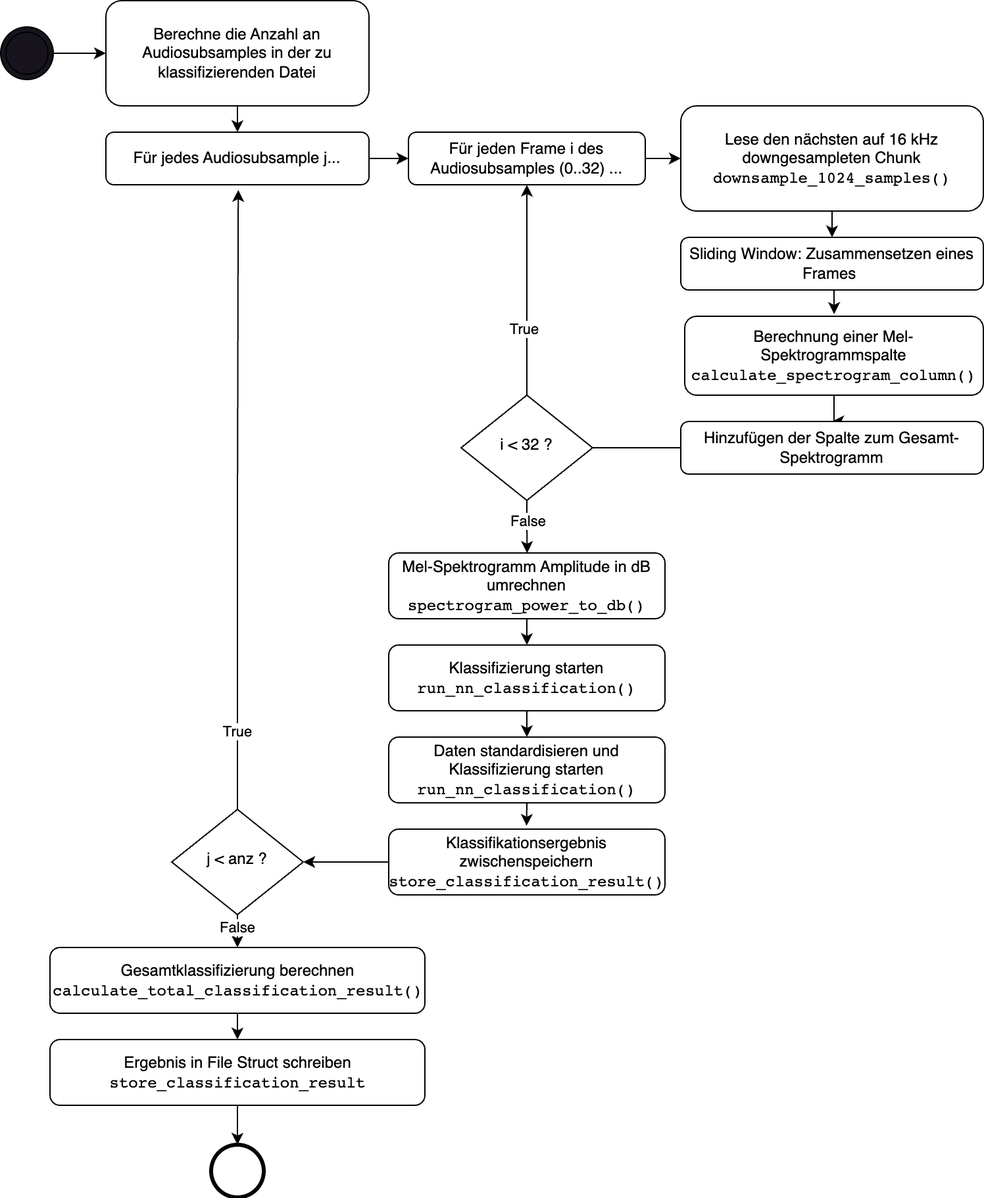
Before: doc/tex/images/08_durchfuehrung/nn/ablauf_klassifizierung_c.png, a diagram exported from draw.io (Shimizip/Intelligent-Magic-Audio). Source tidied: cells renumbered, new cells last; positions are measured from the earlier drawing's top-left corner, leaving out a move shared by most shapes. The source it was exported from:
```xml
<mxGraphModel>
  <root>
    <mxCell id="0" />
    <mxCell id="1" parent="0" />
    <mxCell id="2" style="edgeStyle=orthogonalEdgeStyle;rounded=0;jettySize=auto;html=1;exitX=1;exitY=0.5;exitDx=0;exitDy=0;entryX=0;entryY=0.5;entryDx=0;entryDy=0;" parent="1" edge="1" source="3" target="8">
      <mxGeometry relative="1" as="geometry" />
    </mxCell>
    <mxCell id="3" style="ellipse;shape=doubleEllipse;html=1;dashed=0;whiteSpace=wrap;fillColor=#18141D;" parent="1" vertex="1">
      <mxGeometry y="20" width="40" height="40" as="geometry" />
    </mxCell>
    <mxCell id="4" style="edgeStyle=orthogonalEdgeStyle;rounded=0;jettySize=auto;html=1;exitX=0.5;exitY=1;exitDx=0;exitDy=0;entryX=0.5;entryY=0;entryDx=0;entryDy=0;" parent="1" edge="1" source="5" target="6">
      <mxGeometry relative="1" as="geometry" />
    </mxCell>
    <mxCell id="5" value="Lese den nächsten auf 16 kHz downgesampleten Chunk&lt;br&gt;&lt;code style=&quot;caret-color: rgb(0, 0, 0); text-align: start;&quot;&gt;downsample_1024_samples()&lt;/code&gt;" style="rounded=1;whiteSpace=wrap;html=1;fontSize=12;glass=0;strokeWidth=1;shadow=0;" parent="1" vertex="1">
      <mxGeometry x="517" y="80" width="230" height="80" as="geometry" />
    </mxCell>
    <mxCell id="6" value="Sliding Window: Zusammensetzen eines Frames&amp;nbsp;" style="rounded=1;whiteSpace=wrap;html=1;fontSize=12;glass=0;strokeWidth=1;shadow=0;" parent="1" vertex="1">
      <mxGeometry x="517" y="180" width="230" height="40" as="geometry" />
    </mxCell>
    <mxCell id="7" style="edgeStyle=orthogonalEdgeStyle;rounded=0;jettySize=auto;html=1;exitX=0.5;exitY=1;exitDx=0;exitDy=0;entryX=0.5;entryY=0;entryDx=0;entryDy=0;" parent="1" edge="1" source="8" target="10">
      <mxGeometry relative="1" as="geometry" />
    </mxCell>
    <mxCell id="8" value="Berechne die Anzahl an Audiosubsamples in der zu klassifizierenden Datei" style="rounded=1;whiteSpace=wrap;html=1;fontSize=12;glass=0;strokeWidth=1;shadow=0;" parent="1" vertex="1">
      <mxGeometry x="80" width="200" height="80" as="geometry" />
    </mxCell>
    <mxCell id="9" style="edgeStyle=orthogonalEdgeStyle;rounded=0;jettySize=auto;html=1;exitX=1;exitY=0.5;exitDx=0;exitDy=0;entryX=0;entryY=0.5;entryDx=0;entryDy=0;" parent="1" edge="1" source="10" target="14">
      <mxGeometry relative="1" as="geometry" />
    </mxCell>
    <mxCell id="10" value="Für jedes Audiosubsample j..." style="rounded=1;whiteSpace=wrap;html=1;fontSize=12;glass=0;strokeWidth=1;shadow=0;" parent="1" vertex="1">
      <mxGeometry x="80" y="100" width="200" height="40" as="geometry" />
    </mxCell>
    <mxCell id="11" style="edgeStyle=orthogonalEdgeStyle;rounded=0;jettySize=auto;html=1;exitX=0.5;exitY=1;exitDx=0;exitDy=0;" parent="1" edge="1" source="12" target="15">
      <mxGeometry relative="1" as="geometry" />
    </mxCell>
    <mxCell id="12" value="Berechnung einer Mel-Spektrogrammspalte&lt;br&gt;&lt;code style=&quot;caret-color: rgb(0, 0, 0); text-align: start;&quot;&gt;calculate_spectrogram_column()&lt;/code&gt;" style="rounded=1;whiteSpace=wrap;html=1;fontSize=12;glass=0;strokeWidth=1;shadow=0;" parent="1" vertex="1">
      <mxGeometry x="520" y="240" width="227" height="60" as="geometry" />
    </mxCell>
    <mxCell id="13" style="edgeStyle=orthogonalEdgeStyle;rounded=0;jettySize=auto;html=1;exitX=1;exitY=0.5;exitDx=0;exitDy=0;entryX=0;entryY=0.5;entryDx=0;entryDy=0;" parent="1" edge="1" source="14" target="5">
      <mxGeometry relative="1" as="geometry" />
    </mxCell>
    <mxCell id="14" value="Für jeden Frame i des Audiosubsamples (0..32) ..." style="rounded=1;whiteSpace=wrap;html=1;fontSize=12;glass=0;strokeWidth=1;shadow=0;" parent="1" vertex="1">
      <mxGeometry x="310" y="100" width="180" height="40" as="geometry" />
    </mxCell>
    <mxCell id="15" value="Hinzufügen der Spalte zum Gesamt-Spektrogramm" style="rounded=1;whiteSpace=wrap;html=1;fontSize=12;glass=0;strokeWidth=1;shadow=0;" parent="1" vertex="1">
      <mxGeometry x="517" y="320" width="230" height="40" as="geometry" />
    </mxCell>
    <mxCell id="16" style="edgeStyle=orthogonalEdgeStyle;rounded=0;jettySize=auto;html=1;exitX=0.5;exitY=1;exitDx=0;exitDy=0;entryX=0.5;entryY=-0.028;entryDx=0;entryDy=0;entryPerimeter=0;" parent="1" edge="1" source="6" target="12">
      <mxGeometry relative="1" as="geometry" />
    </mxCell>
    <mxCell id="17" style="edgeStyle=orthogonalEdgeStyle;rounded=0;jettySize=auto;html=1;exitX=0;exitY=0.5;exitDx=0;exitDy=0;entryX=0.5;entryY=1;entryDx=0;entryDy=0;" parent="1" edge="1" source="15" target="14">
      <mxGeometry relative="1" as="geometry" />
    </mxCell>
    <mxCell id="18" value="True" style="edgeLabel;html=1;align=center;verticalAlign=middle;" parent="17" vertex="1">
      <mxGeometry x="0.31" y="2" relative="1" as="geometry" />
    </mxCell>
    <mxCell id="19" style="edgeStyle=orthogonalEdgeStyle;rounded=0;jettySize=auto;html=1;exitX=0.5;exitY=1;exitDx=0;exitDy=0;" parent="1" edge="1" source="21">
      <mxGeometry relative="1" as="geometry">
        <mxPoint x="400.2" y="420" as="targetPoint" />
      </mxGeometry>
    </mxCell>
    <mxCell id="20" value="False" style="edgeLabel;html=1;align=center;verticalAlign=middle;" parent="19" vertex="1">
      <mxGeometry x="-0.21" y="1" relative="1" as="geometry" />
    </mxCell>
    <mxCell id="21" value="i &amp;lt; 32 ?" style="rhombus;whiteSpace=wrap;html=1;shadow=0;fontFamily=Helvetica;fontSize=12;align=center;strokeWidth=1;spacing=6;spacingTop=-4;" parent="1" vertex="1">
      <mxGeometry x="350" y="300" width="100" height="80" as="geometry" />
    </mxCell>
    <mxCell id="22" style="edgeStyle=orthogonalEdgeStyle;rounded=0;jettySize=auto;html=1;exitX=0.5;exitY=1;exitDx=0;exitDy=0;entryX=0.5;entryY=0;entryDx=0;entryDy=0;" parent="1" edge="1" source="23" target="25">
      <mxGeometry relative="1" as="geometry" />
    </mxCell>
    <mxCell id="23" value="Mel-Spektrogramm Amplitude in dB umrechnen&lt;br&gt;&lt;code style=&quot;caret-color: rgb(0, 0, 0); text-align: start;&quot;&gt;spectrogram_power_to_db()&lt;/code&gt;" style="rounded=1;whiteSpace=wrap;html=1;fontSize=12;glass=0;strokeWidth=1;shadow=0;" parent="1" vertex="1">
      <mxGeometry x="295" y="420" width="210" height="50" as="geometry" />
    </mxCell>
    <mxCell id="24" style="edgeStyle=orthogonalEdgeStyle;rounded=0;jettySize=auto;html=1;exitX=0.5;exitY=1;exitDx=0;exitDy=0;entryX=0.5;entryY=0;entryDx=0;entryDy=0;" parent="1" edge="1" source="25" target="26">
      <mxGeometry relative="1" as="geometry" />
    </mxCell>
    <mxCell id="25" value="Klassifizierung starten&lt;br&gt;&lt;code style=&quot;caret-color: rgb(0, 0, 0); text-align: start;&quot;&gt;run_nn_classification()&lt;/code&gt;" style="rounded=1;whiteSpace=wrap;html=1;fontSize=12;glass=0;strokeWidth=1;shadow=0;" parent="1" vertex="1">
      <mxGeometry x="295" y="490" width="210" height="50" as="geometry" />
    </mxCell>
    <mxCell id="26" value="Daten standardisieren und Klassifizierung starten&lt;br&gt;&lt;code style=&quot;caret-color: rgb(0, 0, 0); text-align: start;&quot;&gt;run_nn_classification()&lt;/code&gt;" style="rounded=1;whiteSpace=wrap;html=1;fontSize=12;glass=0;strokeWidth=1;shadow=0;" parent="1" vertex="1">
      <mxGeometry x="295" y="560" width="210" height="50" as="geometry" />
    </mxCell>
    <mxCell id="27" style="edgeStyle=orthogonalEdgeStyle;rounded=0;jettySize=auto;html=1;exitX=0;exitY=0.5;exitDx=0;exitDy=0;entryX=1;entryY=0.5;entryDx=0;entryDy=0;" parent="1" edge="1" source="28" target="32">
      <mxGeometry relative="1" as="geometry" />
    </mxCell>
    <mxCell id="28" value="Klassifikationsergebnis zwischenspeichern&lt;br&gt;&lt;code style=&quot;caret-color: rgb(0, 0, 0); text-align: start;&quot;&gt;store_classification_result()&lt;/code&gt;" style="rounded=1;whiteSpace=wrap;html=1;fontSize=12;glass=0;strokeWidth=1;shadow=0;" parent="1" vertex="1">
      <mxGeometry x="295" y="630" width="210" height="50" as="geometry" />
    </mxCell>
    <mxCell id="29" style="edgeStyle=orthogonalEdgeStyle;rounded=0;jettySize=auto;html=1;exitX=0.5;exitY=1;exitDx=0;exitDy=0;entryX=0.499;entryY=-0.049;entryDx=0;entryDy=0;entryPerimeter=0;" parent="1" edge="1" source="26" target="28">
      <mxGeometry relative="1" as="geometry" />
    </mxCell>
    <mxCell id="30" style="edgeStyle=orthogonalEdgeStyle;rounded=0;jettySize=auto;html=1;exitX=0.5;exitY=1;exitDx=0;exitDy=0;entryX=0.5;entryY=0;entryDx=0;entryDy=0;" parent="1" edge="1" source="32" target="36">
      <mxGeometry relative="1" as="geometry" />
    </mxCell>
    <mxCell id="31" value="False" style="edgeLabel;html=1;align=center;verticalAlign=middle;" parent="30" vertex="1">
      <mxGeometry x="-0.23" relative="1" as="geometry" />
    </mxCell>
    <mxCell id="32" value="j &amp;lt; anz ?" style="rhombus;whiteSpace=wrap;html=1;shadow=0;fontFamily=Helvetica;fontSize=12;align=center;strokeWidth=1;spacing=6;spacingTop=-4;" parent="1" vertex="1">
      <mxGeometry x="130" y="615" width="100" height="80" as="geometry" />
    </mxCell>
    <mxCell id="33" style="edgeStyle=orthogonalEdgeStyle;rounded=0;jettySize=auto;html=1;exitX=0.5;exitY=0;exitDx=0;exitDy=0;entryX=0.503;entryY=1.1;entryDx=0;entryDy=0;entryPerimeter=0;" parent="1" edge="1" source="32" target="10">
      <mxGeometry relative="1" as="geometry" />
    </mxCell>
    <mxCell id="34" value="True" style="edgeLabel;html=1;align=center;verticalAlign=middle;" parent="33" vertex="1">
      <mxGeometry x="-0.75" relative="1" as="geometry" />
    </mxCell>
    <mxCell id="35" style="edgeStyle=orthogonalEdgeStyle;rounded=0;jettySize=auto;html=1;exitX=0.5;exitY=1;exitDx=0;exitDy=0;entryX=0.5;entryY=0;entryDx=0;entryDy=0;" parent="1" edge="1" source="36" target="37">
      <mxGeometry relative="1" as="geometry" />
    </mxCell>
    <mxCell id="36" value="Gesamtklassifizierung berechnen&lt;br&gt;&lt;code style=&quot;caret-color: rgb(0, 0, 0); text-align: start;&quot;&gt;calculate_total_classification_result()&lt;/code&gt;" style="rounded=1;whiteSpace=wrap;html=1;fontSize=12;glass=0;strokeWidth=1;shadow=0;" parent="1" vertex="1">
      <mxGeometry x="37.5" y="720" width="285" height="50" as="geometry" />
    </mxCell>
    <mxCell id="37" value="Ergebnis in File Struct schreiben&lt;br&gt;&lt;code style=&quot;caret-color: rgb(0, 0, 0); text-align: start;&quot;&gt;store_classification_result&lt;/code&gt;" style="rounded=1;whiteSpace=wrap;html=1;fontSize=12;glass=0;strokeWidth=1;shadow=0;" parent="1" vertex="1">
      <mxGeometry x="37.5" y="790" width="285" height="50" as="geometry" />
    </mxCell>
    <mxCell id="38" style="points=[[0.145,0.145,0],[0.5,0,0],[0.855,0.145,0],[1,0.5,0],[0.855,0.855,0],[0.5,1,0],[0.145,0.855,0],[0,0.5,0]];shape=mxgraph.bpmn.event;html=1;verticalLabelPosition=bottom;labelBackgroundColor=#ffffff;verticalAlign=top;align=center;perimeter=ellipsePerimeter;outlineConnect=0;outline=end;symbol=terminate2;" parent="1" vertex="1">
      <mxGeometry x="160" y="870" width="40" height="40" as="geometry" />
    </mxCell>
    <mxCell id="39" style="edgeStyle=orthogonalEdgeStyle;rounded=0;jettySize=auto;html=1;exitX=0.5;exitY=1;exitDx=0;exitDy=0;entryX=0.5;entryY=0;entryDx=0;entryDy=0;entryPerimeter=0;" parent="1" edge="1" source="37" target="38">
      <mxGeometry relative="1" as="geometry" />
    </mxCell>
  </root>
</mxGraphModel>
```
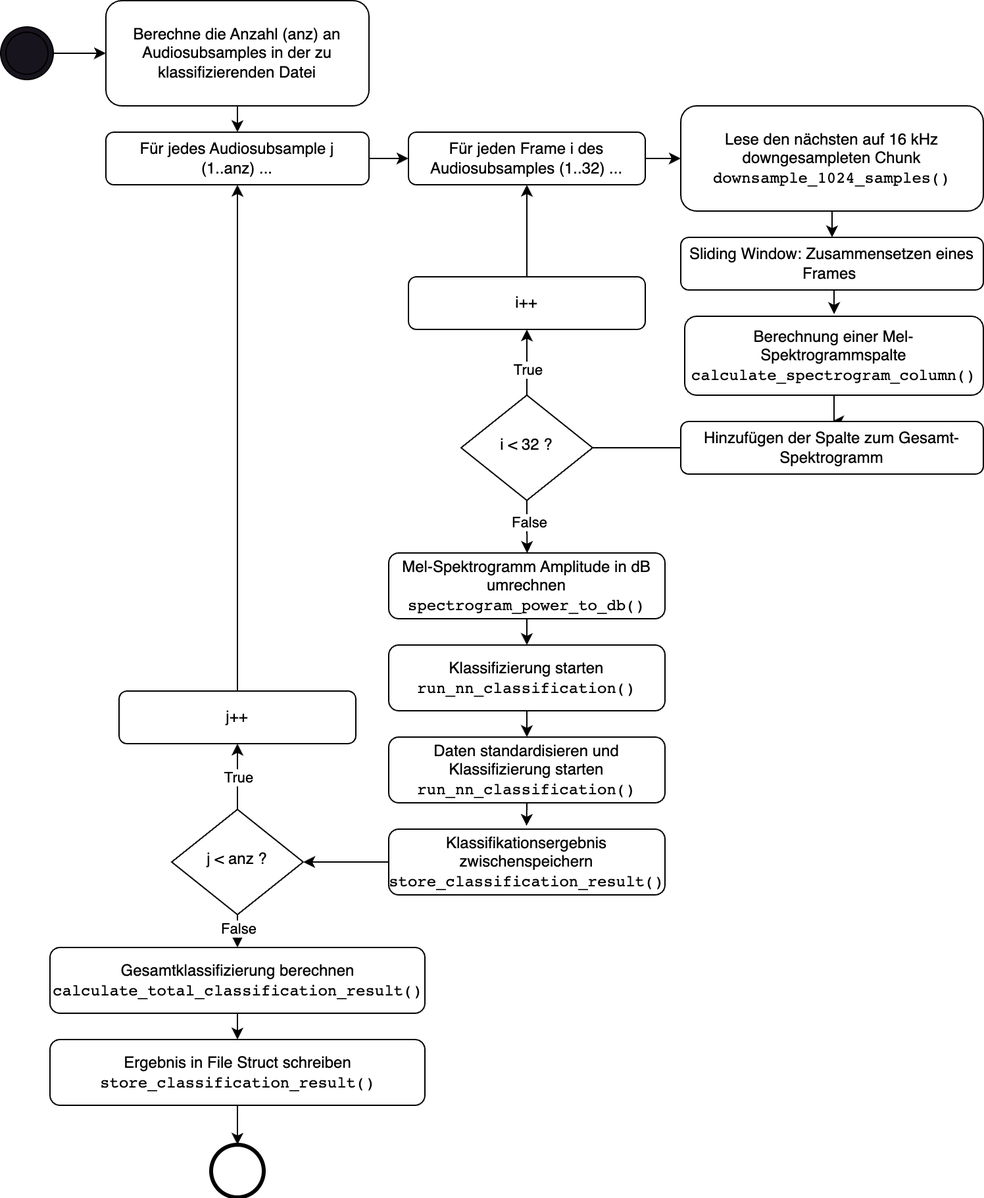
After the change.

Commit message:
added sequence diagram image

What changed in the source:
```diff
@@ -20,13 +20,13 @@
     <mxCell id="7" style="edgeStyle=orthogonalEdgeStyle;rounded=0;jettySize=auto;html=1;exitX=0.5;exitY=1;exitDx=0;exitDy=0;entryX=0.5;entryY=0;entryDx=0;entryDy=0;" parent="1" edge="1" source="8" target="10">
       <mxGeometry relative="1" as="geometry" />
     </mxCell>
-    <mxCell id="8" value="Berechne die Anzahl an Audiosubsamples in der zu klassifizierenden Datei" style="rounded=1;whiteSpace=wrap;html=1;fontSize=12;glass=0;strokeWidth=1;shadow=0;" parent="1" vertex="1">
+    <mxCell id="8" value="Berechne die Anzahl (anz) an Audiosubsamples in der zu klassifizierenden Datei" style="rounded=1;whiteSpace=wrap;html=1;fontSize=12;glass=0;strokeWidth=1;shadow=0;" parent="1" vertex="1">
       <mxGeometry x="80" width="200" height="80" as="geometry" />
     </mxCell>
     <mxCell id="9" style="edgeStyle=orthogonalEdgeStyle;rounded=0;jettySize=auto;html=1;exitX=1;exitY=0.5;exitDx=0;exitDy=0;entryX=0;entryY=0.5;entryDx=0;entryDy=0;" parent="1" edge="1" source="10" target="14">
       <mxGeometry relative="1" as="geometry" />
     </mxCell>
-    <mxCell id="10" value="Für jedes Audiosubsample j..." style="rounded=1;whiteSpace=wrap;html=1;fontSize=12;glass=0;strokeWidth=1;shadow=0;" parent="1" vertex="1">
+    <mxCell id="10" value="Für jedes Audiosubsample j&lt;br&gt;(1..anz) ..." style="rounded=1;whiteSpace=wrap;html=1;fontSize=12;glass=0;strokeWidth=1;shadow=0;" parent="1" vertex="1">
       <mxGeometry x="80" y="100" width="200" height="40" as="geometry" />
     </mxCell>
     <mxCell id="11" style="edgeStyle=orthogonalEdgeStyle;rounded=0;jettySize=auto;html=1;exitX=0.5;exitY=1;exitDx=0;exitDy=0;" parent="1" edge="1" source="12" target="15">
@@ -38,7 +38,7 @@
     <mxCell id="13" style="edgeStyle=orthogonalEdgeStyle;rounded=0;jettySize=auto;html=1;exitX=1;exitY=0.5;exitDx=0;exitDy=0;entryX=0;entryY=0.5;entryDx=0;entryDy=0;" parent="1" edge="1" source="14" target="5">
       <mxGeometry relative="1" as="geometry" />
     </mxCell>
-    <mxCell id="14" value="Für jeden Frame i des Audiosubsamples (0..32) ..." style="rounded=1;whiteSpace=wrap;html=1;fontSize=12;glass=0;strokeWidth=1;shadow=0;" parent="1" vertex="1">
+    <mxCell id="14" value="Für jeden Frame i des Audiosubsamples (1..32) ..." style="rounded=1;whiteSpace=wrap;html=1;fontSize=12;glass=0;strokeWidth=1;shadow=0;" parent="1" vertex="1">
       <mxGeometry x="310" y="100" width="180" height="40" as="geometry" />
     </mxCell>
     <mxCell id="15" value="Hinzufügen der Spalte zum Gesamt-Spektrogramm" style="rounded=1;whiteSpace=wrap;html=1;fontSize=12;glass=0;strokeWidth=1;shadow=0;" parent="1" vertex="1">
@@ -47,11 +47,13 @@
     <mxCell id="16" style="edgeStyle=orthogonalEdgeStyle;rounded=0;jettySize=auto;html=1;exitX=0.5;exitY=1;exitDx=0;exitDy=0;entryX=0.5;entryY=-0.028;entryDx=0;entryDy=0;entryPerimeter=0;" parent="1" edge="1" source="6" target="12">
       <mxGeometry relative="1" as="geometry" />
     </mxCell>
-    <mxCell id="17" style="edgeStyle=orthogonalEdgeStyle;rounded=0;jettySize=auto;html=1;exitX=0;exitY=0.5;exitDx=0;exitDy=0;entryX=0.5;entryY=1;entryDx=0;entryDy=0;" parent="1" edge="1" source="15" target="14">
+    <mxCell id="17" style="edgeStyle=orthogonalEdgeStyle;rounded=0;jettySize=auto;html=1;exitX=0;exitY=0.5;exitDx=0;exitDy=0;entryX=0.5;entryY=1;entryDx=0;entryDy=0;" parent="1" edge="1" source="15" target="41">
       <mxGeometry relative="1" as="geometry" />
     </mxCell>
     <mxCell id="18" value="True" style="edgeLabel;html=1;align=center;verticalAlign=middle;" parent="17" vertex="1">
-      <mxGeometry x="0.31" y="2" relative="1" as="geometry" />
+      <mxGeometry x="0.31" y="2" relative="1" as="geometry">
+        <mxPoint x="2" y="-41" as="offset" />
+      </mxGeometry>
     </mxCell>
     <mxCell id="19" style="edgeStyle=orthogonalEdgeStyle;rounded=0;jettySize=auto;html=1;exitX=0.5;exitY=1;exitDx=0;exitDy=0;" parent="1" edge="1" source="21">
       <mxGeometry relative="1" as="geometry">
@@ -97,11 +99,13 @@
     <mxCell id="32" value="j &amp;lt; anz ?" style="rhombus;whiteSpace=wrap;html=1;shadow=0;fontFamily=Helvetica;fontSize=12;align=center;strokeWidth=1;spacing=6;spacingTop=-4;" parent="1" vertex="1">
       <mxGeometry x="130" y="615" width="100" height="80" as="geometry" />
     </mxCell>
-    <mxCell id="33" style="edgeStyle=orthogonalEdgeStyle;rounded=0;jettySize=auto;html=1;exitX=0.5;exitY=0;exitDx=0;exitDy=0;entryX=0.503;entryY=1.1;entryDx=0;entryDy=0;entryPerimeter=0;" parent="1" edge="1" source="32" target="10">
+    <mxCell id="33" style="edgeStyle=orthogonalEdgeStyle;rounded=0;jettySize=auto;html=1;exitX=0.5;exitY=0;exitDx=0;exitDy=0;entryX=0.5;entryY=1;entryDx=0;entryDy=0;" parent="1" edge="1" source="32" target="43">
       <mxGeometry relative="1" as="geometry" />
     </mxCell>
     <mxCell id="34" value="True" style="edgeLabel;html=1;align=center;verticalAlign=middle;" parent="33" vertex="1">
-      <mxGeometry x="-0.75" relative="1" as="geometry" />
+      <mxGeometry x="-0.75" relative="1" as="geometry">
+        <mxPoint y="-19" as="offset" />
+      </mxGeometry>
     </mxCell>
     <mxCell id="35" style="edgeStyle=orthogonalEdgeStyle;rounded=0;jettySize=auto;html=1;exitX=0.5;exitY=1;exitDx=0;exitDy=0;entryX=0.5;entryY=0;entryDx=0;entryDy=0;" parent="1" edge="1" source="36" target="37">
       <mxGeometry relative="1" as="geometry" />
@@ -109,7 +113,7 @@
     <mxCell id="36" value="Gesamtklassifizierung berechnen&lt;br&gt;&lt;code style=&quot;caret-color: rgb(0, 0, 0); text-align: start;&quot;&gt;calculate_total_classification_result()&lt;/code&gt;" style="rounded=1;whiteSpace=wrap;html=1;fontSize=12;glass=0;strokeWidth=1;shadow=0;" parent="1" vertex="1">
       <mxGeometry x="37.5" y="720" width="285" height="50" as="geometry" />
     </mxCell>
-    <mxCell id="37" value="Ergebnis in File Struct schreiben&lt;br&gt;&lt;code style=&quot;caret-color: rgb(0, 0, 0); text-align: start;&quot;&gt;store_classification_result&lt;/code&gt;" style="rounded=1;whiteSpace=wrap;html=1;fontSize=12;glass=0;strokeWidth=1;shadow=0;" parent="1" vertex="1">
+    <mxCell id="37" value="Ergebnis in File Struct schreiben&lt;br&gt;&lt;code style=&quot;caret-color: rgb(0, 0, 0); text-align: start;&quot;&gt;store_classification_result()&lt;/code&gt;" style="rounded=1;whiteSpace=wrap;html=1;fontSize=12;glass=0;strokeWidth=1;shadow=0;" parent="1" vertex="1">
       <mxGeometry x="37.5" y="790" width="285" height="50" as="geometry" />
     </mxCell>
     <mxCell id="38" style="points=[[0.145,0.145,0],[0.5,0,0],[0.855,0.145,0],[1,0.5,0],[0.855,0.855,0],[0.5,1,0],[0.145,0.855,0],[0,0.5,0]];shape=mxgraph.bpmn.event;html=1;verticalLabelPosition=bottom;labelBackgroundColor=#ffffff;verticalAlign=top;align=center;perimeter=ellipsePerimeter;outlineConnect=0;outline=end;symbol=terminate2;" parent="1" vertex="1">
@@ -118,5 +122,17 @@
     <mxCell id="39" style="edgeStyle=orthogonalEdgeStyle;rounded=0;jettySize=auto;html=1;exitX=0.5;exitY=1;exitDx=0;exitDy=0;entryX=0.5;entryY=0;entryDx=0;entryDy=0;entryPerimeter=0;" parent="1" edge="1" source="37" target="38">
       <mxGeometry relative="1" as="geometry" />
     </mxCell>
+    <mxCell id="40" style="edgeStyle=orthogonalEdgeStyle;rounded=0;jettySize=auto;html=1;exitX=0.5;exitY=0;exitDx=0;exitDy=0;entryX=0.5;entryY=1;entryDx=0;entryDy=0;" parent="1" edge="1" source="41" target="14">
+      <mxGeometry relative="1" as="geometry" />
+    </mxCell>
+    <mxCell id="41" value="i++" style="rounded=1;whiteSpace=wrap;html=1;fontSize=12;glass=0;strokeWidth=1;shadow=0;" parent="1" vertex="1">
+      <mxGeometry x="310" y="210" width="180" height="40" as="geometry" />
+    </mxCell>
+    <mxCell id="42" style="edgeStyle=orthogonalEdgeStyle;rounded=0;jettySize=auto;html=1;exitX=0.5;exitY=0;exitDx=0;exitDy=0;entryX=0.5;entryY=1;entryDx=0;entryDy=0;" parent="1" edge="1" source="43" target="10">
+      <mxGeometry relative="1" as="geometry" />
+    </mxCell>
+    <mxCell id="43" value="j++" style="rounded=1;whiteSpace=wrap;html=1;fontSize=12;glass=0;strokeWidth=1;shadow=0;" parent="1" vertex="1">
+      <mxGeometry x="90" y="525" width="180" height="40" as="geometry" />
+    </mxCell>
   </root>
 </mxGraphModel>
```
